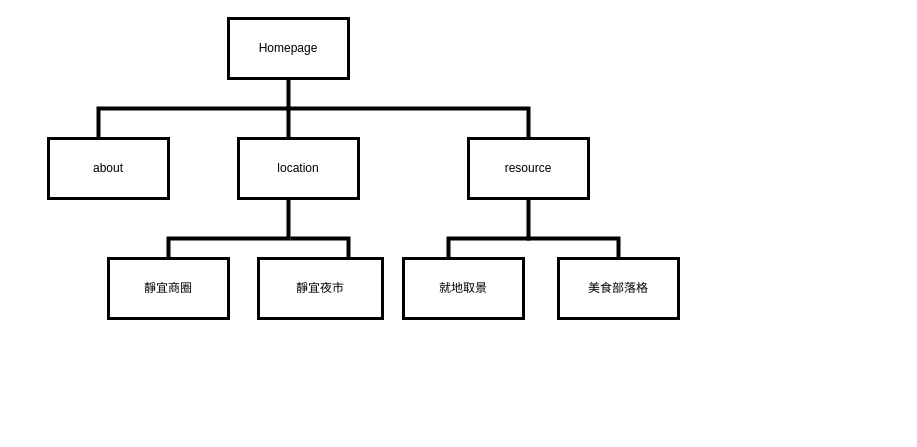
Above: hierarchy.drawio in chain-smok/BLOG (draw.io), before the change. Source tidied: cells renumbered, new cells numbered last; positions are measured from the earlier drawing's top-left corner, leaving out a move shared by most shapes. Both pictures are drawn from the tidied source at 100%, with x=0, y=0 at pixel (48, 18).
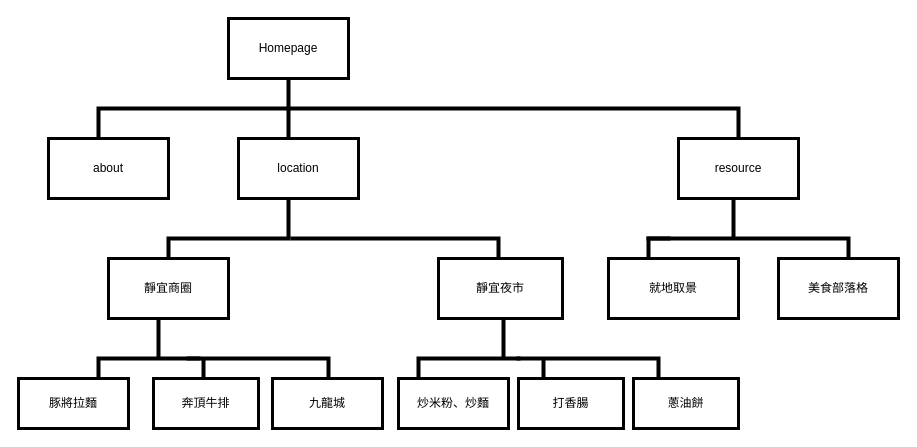
The same page after the edit.

Diff of the diagram source:
```diff
@@
     <mxCell id="5" style="shape=partialRectangle;whiteSpace=wrap;html=1;bottom=0;right=0;fillColor=none;strokeWidth=4;flipH=1;" parent="1" vertex="1">
-      <mxGeometry x="240" y="90" width="240" height="30" as="geometry" />
+      <mxGeometry x="240" y="90" width="450" height="30" as="geometry" />
     </mxCell>
@@
     <mxCell id="8" value="resource" style="rounded=0;whiteSpace=wrap;html=1;strokeWidth=3;" parent="1" vertex="1">
-      <mxGeometry x="420" y="120" width="120" height="60" as="geometry" />
+      <mxGeometry x="630" y="120" width="120" height="60" as="geometry" />
     </mxCell>
     <mxCell id="9" style="line;strokeWidth=4;direction=south;html=1;perimeter=backbonePerimeter;" parent="1" vertex="1">
-      <mxGeometry x="475" y="180" width="10" height="40" as="geometry" />
+      <mxGeometry x="680" y="180" width="10" height="40" as="geometry" />
     </mxCell>
     <mxCell id="10" style="shape=partialRectangle;whiteSpace=wrap;html=1;bottom=0;right=0;fillColor=none;strokeWidth=4;flipH=1;" parent="1" vertex="1">
-      <mxGeometry x="480" y="220" width="90" height="20" as="geometry" />
+      <mxGeometry x="600" y="220" width="200" height="20" as="geometry" />
     </mxCell>
+    <mxCell id="19" style="edgeStyle=none;html=1;" parent="1" edge="1" source="11" target="13">
+      <mxGeometry relative="1" as="geometry" />
+    </mxCell>
     <mxCell id="11" style="shape=partialRectangle;whiteSpace=wrap;html=1;bottom=0;right=0;fillColor=none;strokeWidth=4;" parent="1" vertex="1">
-      <mxGeometry x="400" y="220" width="80" height="20" as="geometry" />
+      <mxGeometry x="600" y="220" width="20" height="20" as="geometry" />
     </mxCell>
     <mxCell id="12" value="美食部落格" style="rounded=0;whiteSpace=wrap;html=1;strokeWidth=3;" parent="1" vertex="1">
-      <mxGeometry x="510" y="240" width="120" height="60" as="geometry" />
+      <mxGeometry x="730" y="240" width="120" height="60" as="geometry" />
     </mxCell>
     <mxCell id="13" value="就地取景" style="rounded=0;whiteSpace=wrap;html=1;strokeWidth=3;" parent="1" vertex="1">
-      <mxGeometry x="355" y="240" width="120" height="60" as="geometry" />
+      <mxGeometry x="560" y="240" width="130" height="60" as="geometry" />
     </mxCell>
@@
     <mxCell id="16" style="shape=partialRectangle;whiteSpace=wrap;html=1;bottom=0;right=0;fillColor=none;strokeWidth=4;flipH=1;" parent="1" vertex="1">
-      <mxGeometry x="244" y="220" width="56" height="20" as="geometry" />
+      <mxGeometry x="244" y="220" width="206" height="20" as="geometry" />
     </mxCell>
     <mxCell id="17" value="靜宜夜市" style="rounded=0;whiteSpace=wrap;html=1;strokeWidth=3;" parent="1" vertex="1">
-      <mxGeometry x="210" y="240" width="124" height="60" as="geometry" />
+      <mxGeometry x="390" y="240" width="124" height="60" as="geometry" />
     </mxCell>
@@
+    <mxCell id="20" style="line;strokeWidth=4;direction=south;html=1;perimeter=backbonePerimeter;" parent="1" vertex="1">
+      <mxGeometry x="105" y="300" width="10" height="40" as="geometry" />
+    </mxCell>
+    <mxCell id="21" style="shape=partialRectangle;whiteSpace=wrap;html=1;bottom=0;right=0;fillColor=none;strokeWidth=4;" parent="1" vertex="1">
+      <mxGeometry x="50" y="340" width="100" height="20" as="geometry" />
+    </mxCell>
+    <mxCell id="22" style="shape=partialRectangle;whiteSpace=wrap;html=1;bottom=0;right=0;fillColor=none;strokeWidth=4;flipH=1;" parent="1" vertex="1">
+      <mxGeometry x="140" y="340" width="140" height="20" as="geometry" />
+    </mxCell>
+    <mxCell id="23" style="line;strokeWidth=4;direction=south;html=1;perimeter=backbonePerimeter;" parent="1" vertex="1">
+      <mxGeometry x="150" y="340" width="10" height="20" as="geometry" />
+    </mxCell>
+    <mxCell id="24" value="豚將拉麵" style="rounded=0;whiteSpace=wrap;html=1;strokeWidth=3;" parent="1" vertex="1">
+      <mxGeometry x="-30" y="360" width="110" height="50" as="geometry" />
+    </mxCell>
+    <mxCell id="25" value="奔頂牛排" style="rounded=0;whiteSpace=wrap;html=1;strokeWidth=3;" parent="1" vertex="1">
+      <mxGeometry x="105" y="360" width="105" height="50" as="geometry" />
+    </mxCell>
+    <mxCell id="26" value="九龍城" style="rounded=0;whiteSpace=wrap;html=1;strokeWidth=3;" parent="1" vertex="1">
+      <mxGeometry x="224" y="360" width="110" height="50" as="geometry" />
+    </mxCell>
+    <mxCell id="27" style="shape=partialRectangle;whiteSpace=wrap;html=1;bottom=0;right=0;fillColor=none;strokeWidth=4;" parent="1" vertex="1">
+      <mxGeometry x="370" y="340" width="100" height="20" as="geometry" />
+    </mxCell>
+    <mxCell id="28" style="line;strokeWidth=4;direction=south;html=1;perimeter=backbonePerimeter;" parent="1" vertex="1">
+      <mxGeometry x="450" y="300" width="10" height="40" as="geometry" />
+    </mxCell>
+    <mxCell id="29" value="炒米粉、炒麵" style="rounded=0;whiteSpace=wrap;html=1;strokeWidth=3;" parent="1" vertex="1">
+      <mxGeometry x="350" y="360" width="110" height="50" as="geometry" />
+    </mxCell>
+    <mxCell id="30" style="shape=partialRectangle;whiteSpace=wrap;html=1;bottom=0;right=0;fillColor=none;strokeWidth=4;flipH=1;" parent="1" vertex="1">
+      <mxGeometry x="470" y="340" width="140" height="20" as="geometry" />
+    </mxCell>
+    <mxCell id="31" style="line;strokeWidth=4;direction=south;html=1;perimeter=backbonePerimeter;" parent="1" vertex="1">
+      <mxGeometry x="490" y="340" width="10" height="20" as="geometry" />
+    </mxCell>
+    <mxCell id="32" value="打香腸" style="rounded=0;whiteSpace=wrap;html=1;strokeWidth=3;" parent="1" vertex="1">
+      <mxGeometry x="470" y="360" width="105" height="50" as="geometry" />
+    </mxCell>
+    <mxCell id="33" value="蔥油餅" style="rounded=0;whiteSpace=wrap;html=1;strokeWidth=3;" parent="1" vertex="1">
+      <mxGeometry x="585" y="360" width="105" height="50" as="geometry" />
+    </mxCell>
```
